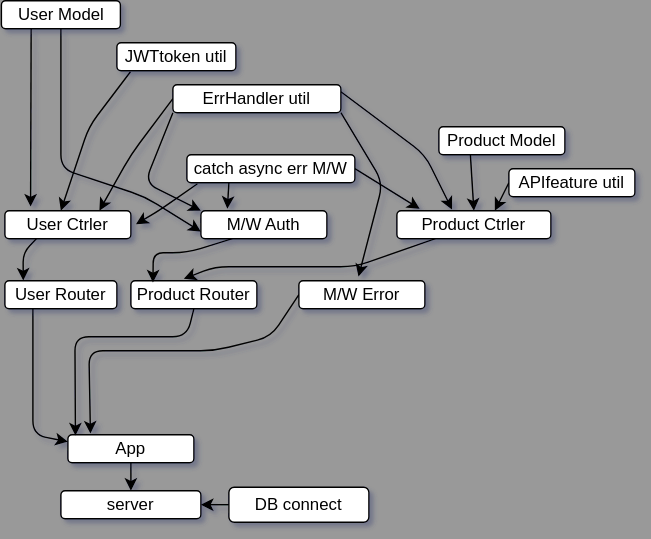
The draw.io diagram Bhoom/1.drawio.svg in TridibKumarRoy/e-commerce-project-feb-2024, before a commit. Source tidied: cells renumbered, new cells last; positions are measured from the earlier drawing's top-left corner, leaving out a move shared by most shapes.
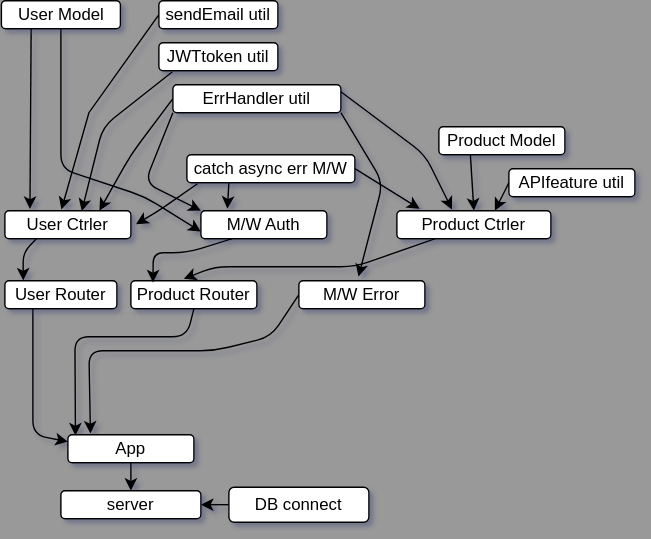
Above is the later version.

What changed in the source:
```diff
@@ -145,7 +145,7 @@
     <mxCell id="31" value="APIfeature util" style="rounded=1;whiteSpace=wrap;html=1;" parent="1" vertex="1">
       <mxGeometry x="362" y="120" width="90" height="20" as="geometry" />
     </mxCell>
-    <mxCell id="32" style="edgeStyle=none;html=1;exitX=0.25;exitY=1;exitDx=0;exitDy=0;entryX=0.204;entryY=-0.147;entryDx=0;entryDy=0;entryPerimeter=0;" parent="1" edge="1" source="34" target="14">
+    <mxCell id="32" style="edgeStyle=none;html=1;exitX=0.25;exitY=1;exitDx=0;exitDy=0;entryX=0.199;entryY=-0.063;entryDx=0;entryDy=0;entryPerimeter=0;" parent="1" edge="1" source="34" target="14">
       <mxGeometry relative="1" as="geometry" />
     </mxCell>
     <mxCell id="33" style="edgeStyle=none;html=1;exitX=0.5;exitY=1;exitDx=0;exitDy=0;entryX=0;entryY=0.75;entryDx=0;entryDy=0;" parent="1" edge="1" source="34" target="16">
@@ -159,15 +159,25 @@
     <mxCell id="34" value="User Model" style="rounded=1;whiteSpace=wrap;html=1;" parent="1" vertex="1">
       <mxGeometry x="-0.5" width="85" height="20" as="geometry" />
     </mxCell>
-    <mxCell id="35" style="edgeStyle=none;html=1;exitX=0.114;exitY=1.037;exitDx=0;exitDy=0;entryX=0.444;entryY=0;entryDx=0;entryDy=0;entryPerimeter=0;exitPerimeter=0;" parent="1" edge="1" source="36" target="14">
+    <mxCell id="35" style="edgeStyle=none;html=1;exitX=0.114;exitY=1.037;exitDx=0;exitDy=0;entryX=0.61;entryY=0.019;entryDx=0;entryDy=0;entryPerimeter=0;exitPerimeter=0;" parent="1" edge="1" source="36" target="14">
       <mxGeometry relative="1" as="geometry">
         <Array as="points">
-          <mxPoint x="62" y="90" />
+          <mxPoint x="72" y="90" />
         </Array>
       </mxGeometry>
     </mxCell>
     <mxCell id="36" value="JWTtoken util" style="rounded=1;whiteSpace=wrap;html=1;" parent="1" vertex="1">
-      <mxGeometry x="82" y="30" width="85" height="20" as="geometry" />
+      <mxGeometry x="112" y="30" width="85" height="20" as="geometry" />
     </mxCell>
+    <mxCell id="37" style="edgeStyle=none;hachureGap=4;html=1;exitX=0;exitY=0.5;exitDx=0;exitDy=0;entryX=0.449;entryY=-0.04;entryDx=0;entryDy=0;entryPerimeter=0;fontFamily=Architects Daughter;fontSource=https%3A%2F%2Ffonts.googleapis.com%2Fcss%3Ffamily%3DArchitects%2BDaughter;fontSize=16;rounded=0;" parent="1" edge="1" source="38" target="14">
+      <mxGeometry relative="1" as="geometry">
+        <Array as="points">
+          <mxPoint x="62" y="80" />
+        </Array>
+      </mxGeometry>
+    </mxCell>
+    <mxCell id="38" value="sendEmail util" style="rounded=1;whiteSpace=wrap;html=1;" parent="1" vertex="1">
+      <mxGeometry x="112" width="85" height="20" as="geometry" />
+    </mxCell>
   </root>
 </mxGraphModel>
```
